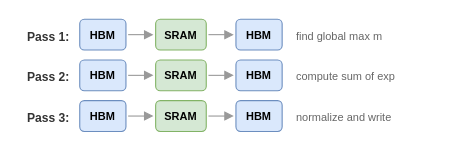
vorushin/pallas_puzzles keeps this draw.io diagram as images/splash-attention-puzzle2.drawio. Above is the earlier version. Source tidied: cells renumbered, new cells numbered last; positions are measured from the earlier drawing's top-left corner, leaving out a move shared by most shapes. Both pictures are drawn from the tidied source at 110%, with x=0, y=0 at pixel (19, 19).
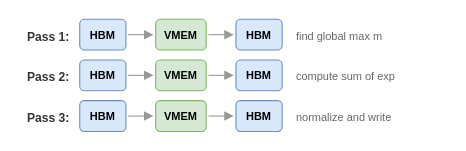
The same diagram, later.

Commit message (it also covers changes not shown here):
Diagrams: scale up 1.5x, SRAM→VMEM, larger T×T boxes in Puzzle 1

Diff of the diagram source:
```diff
@@
-    <mxCell id="5" value="SRAM" style="rounded=1;whiteSpace=wrap;fillColor=#d5e8d4;strokeColor=#82b366;fontSize=10;fontStyle=1;" parent="1" vertex="1">
+    <mxCell id="5" value="VMEM" style="rounded=1;whiteSpace=wrap;fillColor=#d5e8d4;strokeColor=#82b366;fontSize=10;fontStyle=1;" parent="1" vertex="1">
       <mxGeometry x="124" width="46" height="28" as="geometry" />
     </mxCell>
@@
-    <mxCell id="12" value="SRAM" style="rounded=1;whiteSpace=wrap;fillColor=#d5e8d4;strokeColor=#82b366;fontSize=10;fontStyle=1;" parent="1" vertex="1">
+    <mxCell id="12" value="VMEM" style="rounded=1;whiteSpace=wrap;fillColor=#d5e8d4;strokeColor=#82b366;fontSize=10;fontStyle=1;" parent="1" vertex="1">
       <mxGeometry x="124" y="37" width="46" height="28" as="geometry" />
     </mxCell>
@@
-    <mxCell id="19" value="SRAM" style="rounded=1;whiteSpace=wrap;fillColor=#d5e8d4;strokeColor=#82b366;fontSize=10;fontStyle=1;" parent="1" vertex="1">
+    <mxCell id="19" value="VMEM" style="rounded=1;whiteSpace=wrap;fillColor=#d5e8d4;strokeColor=#82b366;fontSize=10;fontStyle=1;" parent="1" vertex="1">
       <mxGeometry x="124" y="74" width="46" height="28" as="geometry" />
     </mxCell>
```
